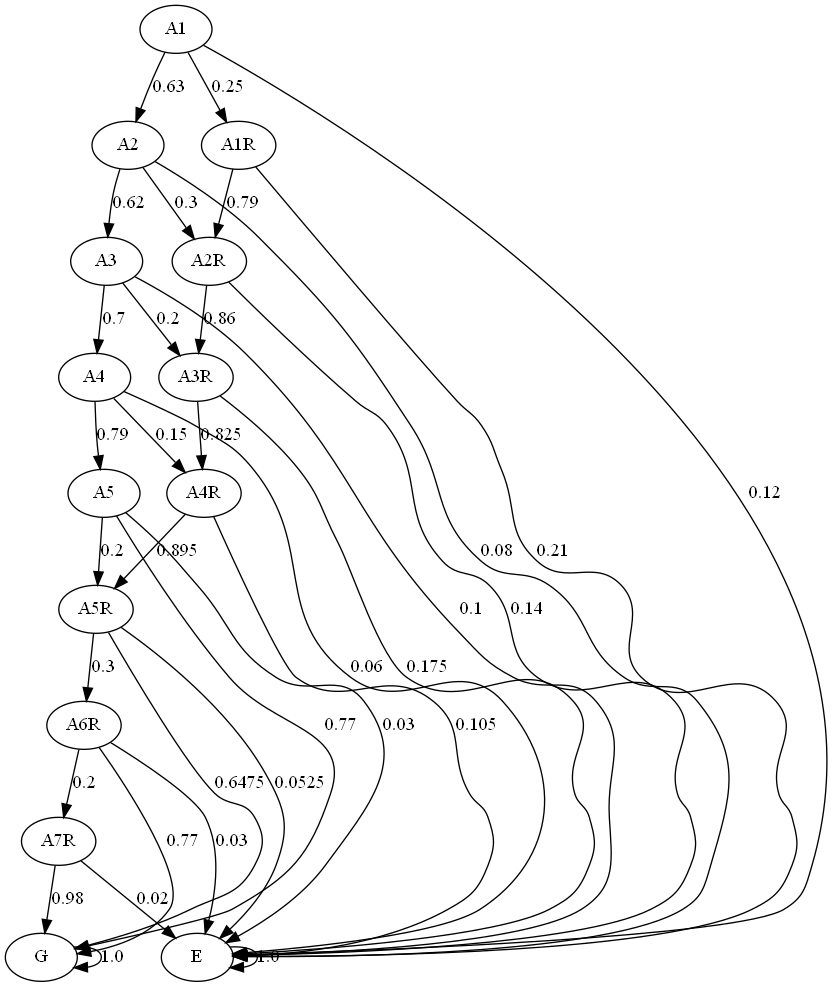
The Graphviz diagram graph/markov.png in JulianaFerreira/educacao, before a commit. Its source is kept beside it as graph/markov.dot.
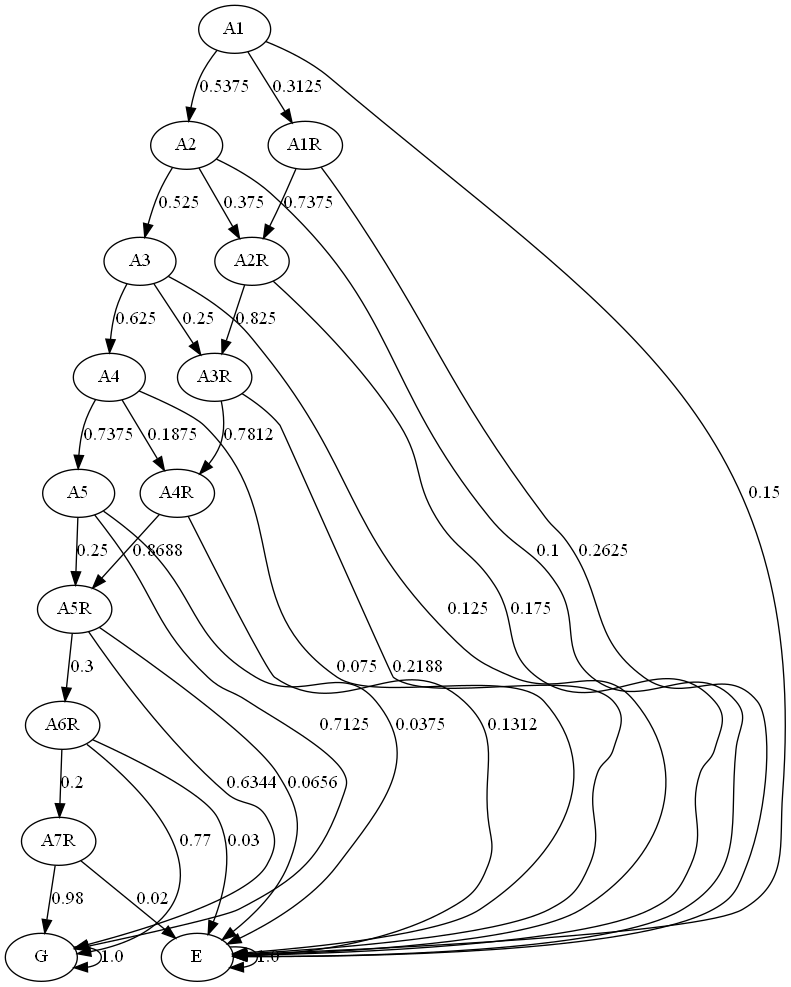
The same file after the commit.

The edit, as a diff of the source:
```diff
@@ -13,32 +13,32 @@
 A7R;
 G;
 E;
-A1 -> A2  [key=0, label="0.63", weight="0.63"];
-A1 -> A1R  [key=0, label="0.25", weight="0.25"];
-A1 -> E  [key=0, label="0.12", weight="0.12"];
-A2 -> A3  [key=0, label="0.62", weight="0.62"];
-A2 -> A2R  [key=0, label="0.3", weight="0.3"];
-A2 -> E  [key=0, label="0.08", weight="0.08"];
-A3 -> A4  [key=0, label="0.7", weight="0.7"];
-A3 -> A3R  [key=0, label="0.2", weight="0.2"];
-A3 -> E  [key=0, label="0.1", weight="0.1"];
-A4 -> A5  [key=0, label="0.79", weight="0.79"];
-A4 -> A4R  [key=0, label="0.15", weight="0.15"];
-A4 -> E  [key=0, label="0.06", weight="0.06"];
-A5 -> A5R  [key=0, label="0.2", weight="0.2"];
-A5 -> G  [key=0, label="0.77", weight="0.77"];
-A5 -> E  [key=0, label="0.03", weight="0.03"];
-A1R -> A2R  [key=0, label="0.79", weight="0.79"];
-A1R -> E  [key=0, label="0.21", weight="0.21"];
-A2R -> A3R  [key=0, label="0.86", weight="0.86"];
-A2R -> E  [key=0, label="0.14", weight="0.14"];
-A3R -> A4R  [key=0, label="0.825", weight="0.825"];
-A3R -> E  [key=0, label="0.175", weight="0.175"];
-A4R -> A5R  [key=0, label="0.895", weight="0.895"];
-A4R -> E  [key=0, label="0.105", weight="0.105"];
+A1 -> A2  [key=0, label="0.5375", weight="0.5375"];
+A1 -> A1R  [key=0, label="0.3125", weight="0.3125"];
+A1 -> E  [key=0, label="0.15", weight="0.15"];
+A2 -> A3  [key=0, label="0.525", weight="0.525"];
+A2 -> A2R  [key=0, label="0.375", weight="0.375"];
+A2 -> E  [key=0, label="0.1", weight="0.1"];
+A3 -> A4  [key=0, label="0.625", weight="0.625"];
+A3 -> A3R  [key=0, label="0.25", weight="0.25"];
+A3 -> E  [key=0, label="0.125", weight="0.125"];
+A4 -> A5  [key=0, label="0.7375", weight="0.7375"];
+A4 -> A4R  [key=0, label="0.1875", weight="0.1875"];
+A4 -> E  [key=0, label="0.075", weight="0.075"];
+A5 -> A5R  [key=0, label="0.25", weight="0.25"];
+A5 -> G  [key=0, label="0.7125", weight="0.7125"];
+A5 -> E  [key=0, label="0.0375", weight="0.0375"];
+A1R -> A2R  [key=0, label="0.7375", weight="0.7375"];
+A1R -> E  [key=0, label="0.2625", weight="0.2625"];
+A2R -> A3R  [key=0, label="0.825", weight="0.825"];
+A2R -> E  [key=0, label="0.175", weight="0.175"];
+A3R -> A4R  [key=0, label="0.7812", weight="0.7812"];
+A3R -> E  [key=0, label="0.2188", weight="0.2188"];
+A4R -> A5R  [key=0, label="0.8688", weight="0.8688"];
+A4R -> E  [key=0, label="0.1312", weight="0.1312"];
 A5R -> A6R  [key=0, label="0.3", weight="0.3"];
-A5R -> G  [key=0, label="0.6475", weight="0.6475"];
-A5R -> E  [key=0, label="0.0525", weight="0.0525"];
+A5R -> G  [key=0, label="0.6344", weight="0.6344"];
+A5R -> E  [key=0, label="0.0656", weight="0.0656"];
 A6R -> A7R  [key=0, label="0.2", weight="0.2"];
 A6R -> G  [key=0, label="0.77", weight="0.77"];
 A6R -> E  [key=0, label="0.03", weight="0.03"];
```
